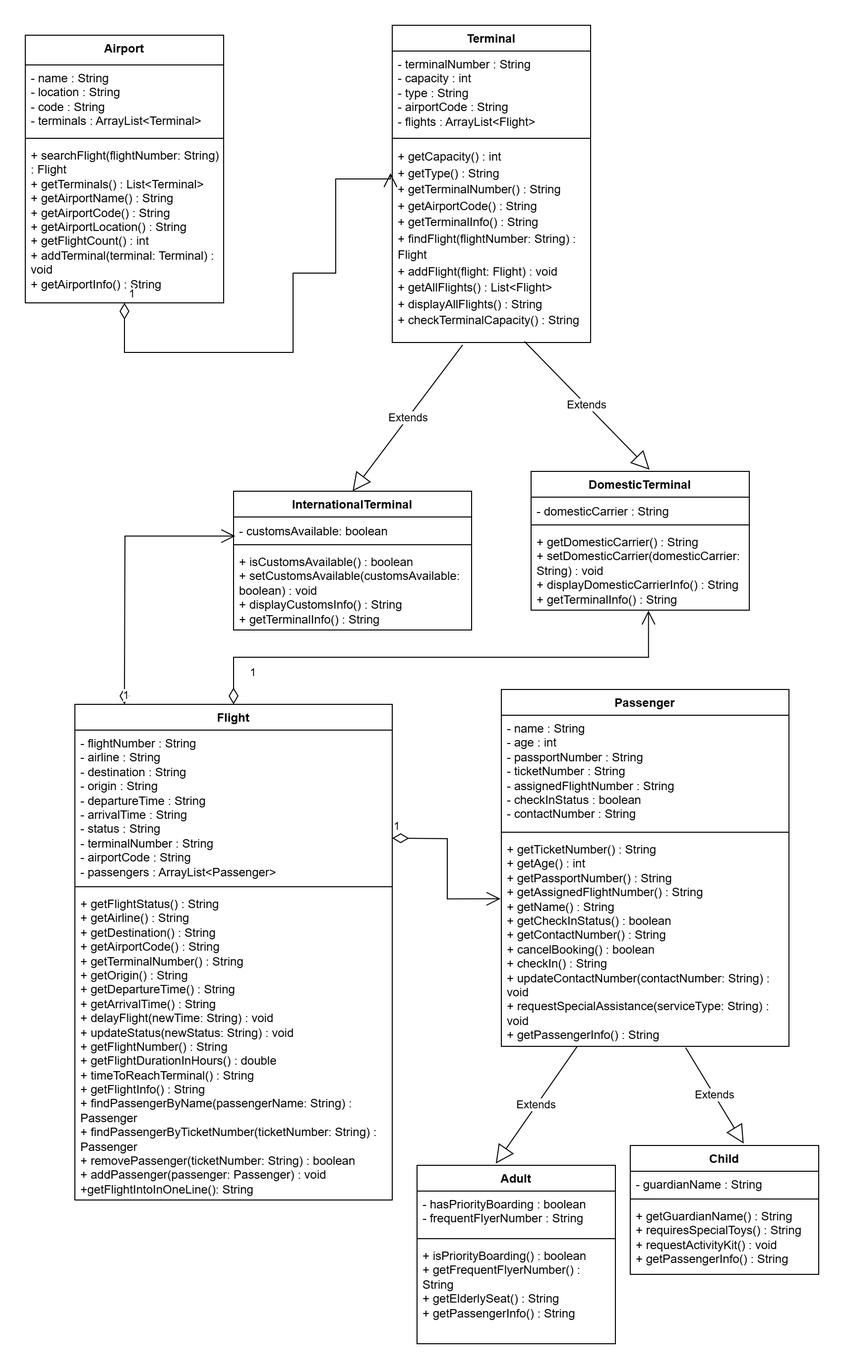
The draw.io diagram Airport.png in SACHSTech/2-14-oop-design-project-Walker21122008, before a commit. Source tidied: cells renumbered, new cells last; positions are measured from the earlier drawing's top-left corner, leaving out a move shared by most shapes.
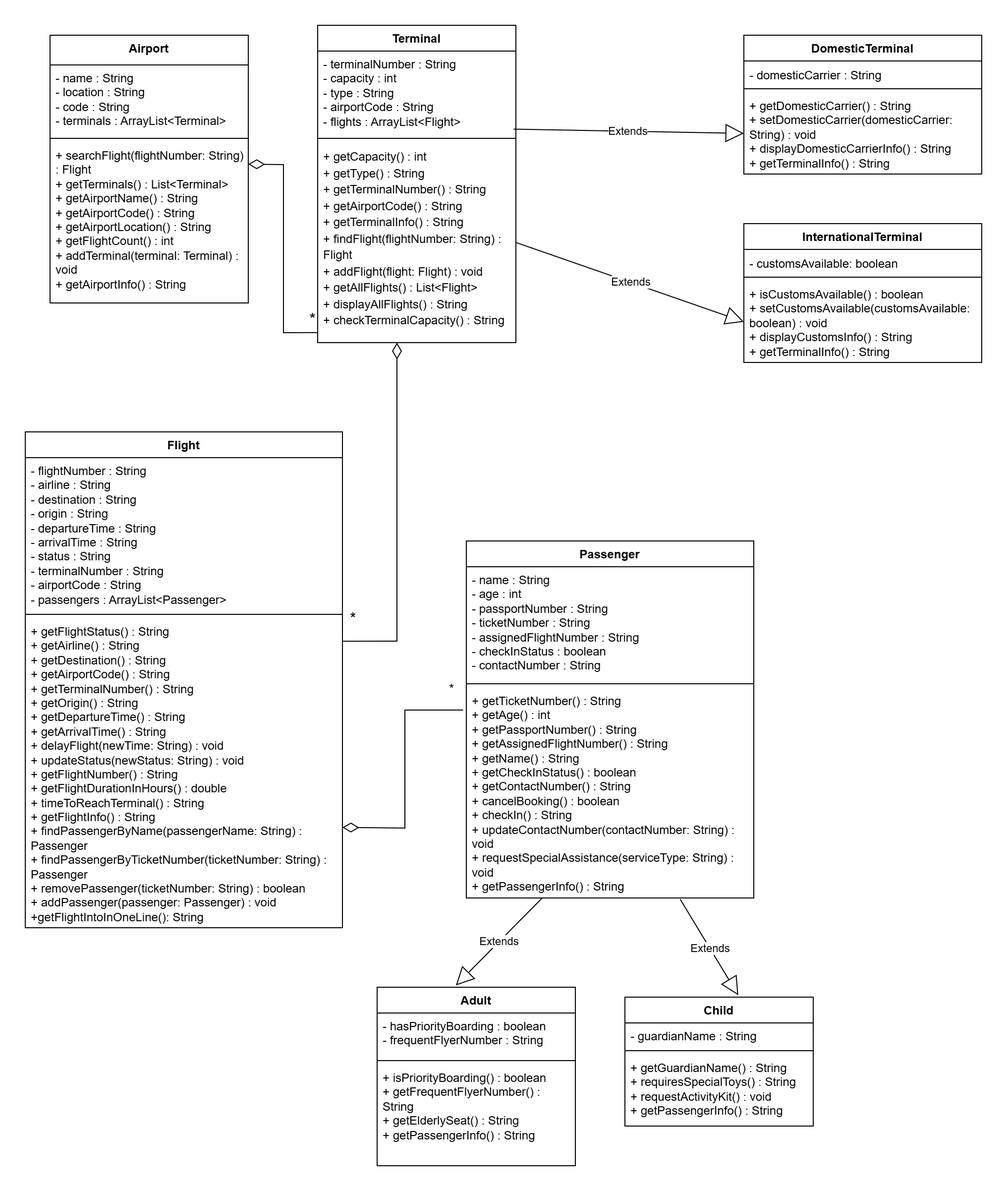
The same file after the commit.

Commit message:
updated uml diagram

What changed in the source:
```diff
@@ -3,7 +3,7 @@
     <mxCell id="0" />
     <mxCell id="1" parent="0" />
     <mxCell id="2" value="Airport" style="swimlane;fontStyle=1;align=center;verticalAlign=top;horizontal=1;startSize=30;whiteSpace=wrap;html=1;" parent="1" vertex="1">
-      <mxGeometry y="10" width="200" height="270" as="geometry" />
+      <mxGeometry x="100" y="10" width="200" height="270" as="geometry" />
     </mxCell>
     <mxCell id="3" value="&lt;div&gt;- name : String&lt;/div&gt;&lt;div&gt;- location : String&lt;/div&gt;&lt;div&gt;- code : String&lt;/div&gt;&lt;div&gt;- terminals : ArrayList&amp;lt;Terminal&amp;gt;&lt;/div&gt;" style="text;strokeColor=none;fillColor=none;align=left;verticalAlign=top;spacingLeft=4;spacingRight=4;overflow=hidden;whiteSpace=wrap;html=1;" parent="2" vertex="1">
       <mxGeometry y="30" width="200" height="70" as="geometry" />
@@ -26,19 +26,8 @@
     <mxCell id="9" value="&lt;span id=&quot;docs-internal-guid-68b8a3c9-7fff-9f01-919f-39643ae15729&quot;&gt;&lt;p style=&quot;line-height:1.38;margin-top:0pt;margin-bottom:0pt;&quot; dir=&quot;ltr&quot;&gt;&lt;span style=&quot;background-color: transparent; color: light-dark(rgb(0, 0, 0), rgb(255, 255, 255));&quot;&gt;+ getCapacity() : int&lt;/span&gt;&lt;/p&gt;&lt;p style=&quot;line-height:1.38;margin-top:0pt;margin-bottom:0pt;&quot; dir=&quot;ltr&quot;&gt;+ getType() : String&lt;/p&gt;&lt;p style=&quot;line-height:1.38;margin-top:0pt;margin-bottom:0pt;&quot; dir=&quot;ltr&quot;&gt;+ getTerminalNumber() : String&lt;/p&gt;&lt;p style=&quot;line-height:1.38;margin-top:0pt;margin-bottom:0pt;&quot; dir=&quot;ltr&quot;&gt;+ getAirportCode() : String&lt;/p&gt;&lt;p style=&quot;line-height:1.38;margin-top:0pt;margin-bottom:0pt;&quot; dir=&quot;ltr&quot;&gt;+ getTerminalInfo() : String&lt;/p&gt;&lt;p style=&quot;line-height:1.38;margin-top:0pt;margin-bottom:0pt;&quot; dir=&quot;ltr&quot;&gt;+ findFlight(flightNumber: String) : Flight&lt;/p&gt;&lt;p style=&quot;line-height:1.38;margin-top:0pt;margin-bottom:0pt;&quot; dir=&quot;ltr&quot;&gt;+ addFlight(flight: Flight) : void&lt;/p&gt;&lt;p style=&quot;line-height:1.38;margin-top:0pt;margin-bottom:0pt;&quot; dir=&quot;ltr&quot;&gt;+ getAllFlights() : List&amp;lt;Flight&amp;gt;&lt;/p&gt;&lt;p style=&quot;line-height:1.38;margin-top:0pt;margin-bottom:0pt;&quot; dir=&quot;ltr&quot;&gt;+ displayAllFlights() : String&lt;/p&gt;&lt;p style=&quot;line-height:1.38;margin-top:0pt;margin-bottom:0pt;&quot; dir=&quot;ltr&quot;&gt;+ checkTerminalCapacity() : String&lt;/p&gt;&lt;div&gt;&lt;br&gt;&lt;/div&gt;&lt;/span&gt;" style="text;strokeColor=none;fillColor=none;align=left;verticalAlign=top;spacingLeft=4;spacingRight=4;overflow=hidden;points=[[0,0.5],[1,0.5]];portConstraint=eastwest;whiteSpace=wrap;html=1;" parent="6" vertex="1">
       <mxGeometry y="118" width="200" height="202" as="geometry" />
     </mxCell>
-    <mxCell id="10" value="1" style="endArrow=open;html=1;endSize=12;startArrow=diamondThin;startSize=14;startFill=0;edgeStyle=orthogonalEdgeStyle;align=left;verticalAlign=bottom;rounded=0;entryX=-0.009;entryY=0.154;entryDx=0;entryDy=0;entryPerimeter=0;" parent="1" edge="1" source="5" target="9">
-      <mxGeometry x="-1" y="3" relative="1" as="geometry">
-        <Array as="points">
-          <mxPoint x="100" y="330" />
-          <mxPoint x="270" y="330" />
-          <mxPoint x="270" y="250" />
-          <mxPoint x="313" y="250" />
-          <mxPoint x="313" y="155" />
-        </Array>
-      </mxGeometry>
-    </mxCell>
     <mxCell id="11" value="InternationalTerminal" style="swimlane;fontStyle=1;align=center;verticalAlign=top;horizontal=1;startSize=26;whiteSpace=wrap;html=1;" parent="1" vertex="1">
-      <mxGeometry x="210" y="470" width="240" height="140" as="geometry" />
+      <mxGeometry x="800" y="200" width="240" height="140" as="geometry" />
     </mxCell>
     <mxCell id="12" value="&lt;span id=&quot;docs-internal-guid-5849a4cc-7fff-73cc-583d-57bea66eb5da&quot;&gt;&lt;p style=&quot;line-height:1.38;margin-top:0pt;margin-bottom:0pt;&quot; dir=&quot;ltr&quot;&gt;&lt;font face=&quot;Arial, sans-serif&quot;&gt;&lt;span style=&quot;white-space-collapse: preserve;&quot;&gt;- customsAvailable: boolean&lt;br/&gt;&lt;/span&gt;&lt;/font&gt;&lt;/p&gt;&lt;div&gt;&lt;br&gt;&lt;/div&gt;&lt;/span&gt;" style="text;strokeColor=none;fillColor=none;align=left;verticalAlign=top;spacingLeft=4;spacingRight=4;overflow=hidden;points=[[0,0.5],[1,0.5]];portConstraint=eastwest;whiteSpace=wrap;html=1;" parent="11" vertex="1">
       <mxGeometry y="26" width="240" height="24" as="geometry" />
@@ -50,31 +39,20 @@
       <mxGeometry y="58" width="240" height="82" as="geometry" />
     </mxCell>
     <mxCell id="15" value="DomesticTerminal" style="swimlane;fontStyle=1;align=center;verticalAlign=top;horizontal=1;startSize=26;whiteSpace=wrap;html=1;" parent="1" vertex="1">
-      <mxGeometry x="510" y="450" width="220" height="140" as="geometry" />
+      <mxGeometry x="800" y="10" width="240" height="140" as="geometry" />
     </mxCell>
     <mxCell id="16" value="&lt;span id=&quot;docs-internal-guid-e155678f-7fff-5aec-ada0-84077e7b1fd1&quot;&gt;&lt;p style=&quot;line-height:1.38;margin-top:0pt;margin-bottom:0pt;&quot; dir=&quot;ltr&quot;&gt;&lt;font face=&quot;Arial, sans-serif&quot;&gt;&lt;span style=&quot;white-space-collapse: preserve;&quot;&gt;- domesticCarrier : String&lt;br/&gt;&lt;/span&gt;&lt;/font&gt;&lt;/p&gt;&lt;div&gt;&lt;br&gt;&lt;/div&gt;&lt;/span&gt;" style="text;strokeColor=none;fillColor=none;align=left;verticalAlign=top;spacingLeft=4;spacingRight=4;overflow=hidden;whiteSpace=wrap;html=1;" parent="15" vertex="1">
-      <mxGeometry y="26" width="220" height="24" as="geometry" />
+      <mxGeometry y="26" width="240" height="24" as="geometry" />
     </mxCell>
     <mxCell id="17" style="line;strokeWidth=1;fillColor=none;align=left;verticalAlign=middle;spacingTop=-1;spacingLeft=3;spacingRight=3;labelPosition=right;strokeColor=inherit;" parent="15" vertex="1">
-      <mxGeometry y="50" width="220" height="8" as="geometry" />
+      <mxGeometry y="50" width="240" height="8" as="geometry" />
     </mxCell>
     <mxCell id="18" value="&lt;div&gt;&lt;div&gt;+ getDomesticCarrier() : String&lt;/div&gt;&lt;div&gt;+ setDomesticCarrier(domesticCarrier: String) : void&lt;/div&gt;&lt;div&gt;+ displayDomesticCarrierInfo() : String&lt;/div&gt;&lt;div&gt;+ getTerminalInfo() : String&lt;/div&gt;&lt;/div&gt;&lt;div&gt;&lt;br&gt;&lt;/div&gt;" style="text;strokeColor=none;fillColor=none;align=left;verticalAlign=top;spacingLeft=4;spacingRight=4;overflow=hidden;points=[[0,0.5],[1,0.5]];portConstraint=eastwest;whiteSpace=wrap;html=1;" parent="15" vertex="1">
-      <mxGeometry y="58" width="220" height="82" as="geometry" />
+      <mxGeometry y="58" width="240" height="82" as="geometry" />
     </mxCell>
-    <mxCell id="19" value="Extends" style="endArrow=block;endSize=16;endFill=0;html=1;rounded=0;entryX=0.5;entryY=0;entryDx=0;entryDy=0;exitX=0.355;exitY=1.012;exitDx=0;exitDy=0;exitPerimeter=0;" parent="1" edge="1" source="9" target="11">
-      <mxGeometry relative="1" as="geometry" />
-    </mxCell>
-    <mxCell id="20" value="Extends" style="endArrow=block;endSize=16;endFill=0;html=1;rounded=0;entryX=0.543;entryY=-0.012;entryDx=0;entryDy=0;entryPerimeter=0;exitX=0.667;exitY=0.995;exitDx=0;exitDy=0;exitPerimeter=0;" parent="1" edge="1" source="9" target="15">
-      <mxGeometry relative="1" as="geometry" />
-    </mxCell>
     <mxCell id="21" value="Flight" style="swimlane;fontStyle=1;align=center;verticalAlign=top;horizontal=1;startSize=26;whiteSpace=wrap;html=1;" parent="1" vertex="1">
-      <mxGeometry x="50" y="685" width="320" height="500" as="geometry" />
+      <mxGeometry x="75" y="410" width="320" height="500" as="geometry" />
     </mxCell>
-    <mxCell id="22" value="1" style="endArrow=open;html=1;endSize=12;startArrow=diamondThin;startSize=14;startFill=0;edgeStyle=orthogonalEdgeStyle;align=left;verticalAlign=bottom;rounded=0;entryX=0.007;entryY=0.803;entryDx=0;entryDy=0;entryPerimeter=0;" parent="21" edge="1" target="12">
-      <mxGeometry x="-1" y="3" relative="1" as="geometry">
-        <mxPoint x="50" as="sourcePoint" />
-      </mxGeometry>
-    </mxCell>
     <mxCell id="23" value="&lt;div&gt;&lt;div&gt;- flightNumber : String&lt;/div&gt;&lt;div&gt;- airline : String&lt;/div&gt;&lt;div&gt;- destination : String&lt;/div&gt;&lt;div&gt;- origin : String&lt;/div&gt;&lt;div&gt;- departureTime : String&lt;/div&gt;&lt;div&gt;- arrivalTime : String&lt;/div&gt;&lt;div&gt;- status : String&lt;/div&gt;&lt;div&gt;- terminalNumber : String&lt;/div&gt;&lt;div&gt;- airportCode : String&lt;/div&gt;&lt;div&gt;- passengers : ArrayList&amp;lt;Passenger&amp;gt;&lt;/div&gt;&lt;/div&gt;&lt;div&gt;&lt;br&gt;&lt;/div&gt;" style="text;strokeColor=none;fillColor=none;align=left;verticalAlign=top;spacingLeft=4;spacingRight=4;overflow=hidden;whiteSpace=wrap;html=1;" parent="21" vertex="1">
       <mxGeometry y="26" width="320" height="154" as="geometry" />
     </mxCell>
@@ -84,11 +62,8 @@
     <mxCell id="25" value="&lt;div&gt;&lt;div&gt;&lt;div&gt;+ getFlightStatus() : String&lt;/div&gt;&lt;div&gt;+ getAirline() : String&lt;/div&gt;&lt;div&gt;+ getDestination() : String&lt;/div&gt;&lt;div&gt;+ getAirportCode() : String&lt;/div&gt;&lt;div&gt;+ getTerminalNumber() : String&lt;/div&gt;&lt;div&gt;+ getOrigin() : String&lt;/div&gt;&lt;div&gt;+ getDepartureTime() : String&lt;/div&gt;&lt;div&gt;+ getArrivalTime() : String&lt;/div&gt;&lt;div&gt;+ delayFlight(newTime: String) : void&lt;/div&gt;&lt;div&gt;+ updateStatus(newStatus: String) : void&lt;/div&gt;&lt;div&gt;+ getFlightNumber() : String&lt;/div&gt;&lt;div&gt;+ getFlightDurationInHours() : double&lt;/div&gt;&lt;div&gt;+ timeToReachTerminal() : String&lt;/div&gt;&lt;div&gt;+ getFlightInfo() : String&lt;/div&gt;&lt;div&gt;+ findPassengerByName(passengerName: String) : Passenger&lt;/div&gt;&lt;div&gt;+ findPassengerByTicketNumber(ticketNumber: String) : Passenger&lt;/div&gt;&lt;div&gt;+ removePassenger(ticketNumber: String) : boolean&lt;/div&gt;&lt;div&gt;+ addPassenger(passenger: Passenger) : void&lt;/div&gt;&lt;/div&gt;&lt;/div&gt;&lt;div&gt;+getFlightIntoInOneLine(): String&lt;/div&gt;&lt;div&gt;&lt;br&gt;&lt;/div&gt;" style="text;strokeColor=none;fillColor=none;align=left;verticalAlign=top;spacingLeft=4;spacingRight=4;overflow=hidden;points=[[0,0.5],[1,0.5]];portConstraint=eastwest;whiteSpace=wrap;html=1;" parent="21" vertex="1">
       <mxGeometry y="188" width="320" height="312" as="geometry" />
     </mxCell>
-    <mxCell id="26" value="1" style="endArrow=open;html=1;endSize=12;startArrow=diamondThin;startSize=14;startFill=0;edgeStyle=orthogonalEdgeStyle;align=left;verticalAlign=bottom;rounded=0;entryX=0.538;entryY=1.005;entryDx=0;entryDy=0;entryPerimeter=0;exitX=0.5;exitY=0;exitDx=0;exitDy=0;" parent="1" edge="1" source="21" target="18">
-      <mxGeometry x="-0.91" y="-15" relative="1" as="geometry" />
-    </mxCell>
     <mxCell id="27" value="Passenger" style="swimlane;fontStyle=1;align=center;verticalAlign=top;horizontal=1;startSize=26;whiteSpace=wrap;html=1;" parent="1" vertex="1">
-      <mxGeometry x="480" y="670" width="290" height="360" as="geometry" />
+      <mxGeometry x="520" y="520" width="290" height="360" as="geometry" />
     </mxCell>
     <mxCell id="28" value="&lt;div&gt;&lt;div&gt;- name : String&lt;/div&gt;&lt;div&gt;- age : int&lt;/div&gt;&lt;div&gt;- passportNumber : String&lt;/div&gt;&lt;div&gt;- ticketNumber : String&lt;/div&gt;&lt;div&gt;- assignedFlightNumber : String&lt;/div&gt;&lt;div&gt;- checkInStatus : boolean&lt;/div&gt;&lt;div&gt;- contactNumber : String&lt;/div&gt;&lt;/div&gt;&lt;div&gt;&lt;br&gt;&lt;/div&gt;" style="text;strokeColor=none;fillColor=none;align=left;verticalAlign=top;spacingLeft=4;spacingRight=4;overflow=hidden;whiteSpace=wrap;html=1;" parent="27" vertex="1">
       <mxGeometry y="26" width="290" height="114" as="geometry" />
@@ -100,7 +75,7 @@
       <mxGeometry y="148" width="290" height="212" as="geometry" />
     </mxCell>
     <mxCell id="31" value="Adult" style="swimlane;fontStyle=1;align=center;verticalAlign=top;horizontal=1;startSize=26;whiteSpace=wrap;html=1;" parent="1" vertex="1">
-      <mxGeometry x="395" y="1150" width="200" height="180" as="geometry" />
+      <mxGeometry x="430" y="970" width="200" height="180" as="geometry" />
     </mxCell>
     <mxCell id="32" value="&lt;div&gt;&lt;div&gt;- hasPriorityBoarding : boolean&lt;/div&gt;&lt;div&gt;- frequentFlyerNumber : String&lt;/div&gt;&lt;/div&gt;" style="text;strokeColor=none;fillColor=none;align=left;verticalAlign=top;spacingLeft=4;spacingRight=4;overflow=hidden;whiteSpace=wrap;html=1;" parent="31" vertex="1">
       <mxGeometry y="26" width="200" height="44" as="geometry" />
@@ -112,7 +87,7 @@
       <mxGeometry y="78" width="200" height="102" as="geometry" />
     </mxCell>
     <mxCell id="35" value="Child" style="swimlane;fontStyle=1;align=center;verticalAlign=top;horizontal=1;startSize=26;whiteSpace=wrap;html=1;" parent="1" vertex="1">
-      <mxGeometry x="610" y="1130" width="190" height="130" as="geometry" />
+      <mxGeometry x="680" y="980" width="190" height="130" as="geometry" />
     </mxCell>
     <mxCell id="36" value="Extends" style="endArrow=block;endSize=16;endFill=0;html=1;rounded=0;entryX=0.602;entryY=-0.015;entryDx=0;entryDy=0;entryPerimeter=0;" parent="35" edge="1" target="35">
       <mxGeometry relative="1" as="geometry">
@@ -131,10 +106,24 @@
     <mxCell id="40" value="Extends" style="endArrow=block;endSize=16;endFill=0;html=1;rounded=0;entryX=0.397;entryY=-0.01;entryDx=0;entryDy=0;entryPerimeter=0;exitX=0.264;exitY=1;exitDx=0;exitDy=0;exitPerimeter=0;" parent="1" edge="1" source="30" target="31">
       <mxGeometry relative="1" as="geometry" />
     </mxCell>
-    <mxCell id="41" value="1" style="endArrow=open;html=1;endSize=12;startArrow=diamondThin;startSize=14;startFill=0;edgeStyle=orthogonalEdgeStyle;align=left;verticalAlign=bottom;rounded=0;entryX=-0.003;entryY=0.298;entryDx=0;entryDy=0;entryPerimeter=0;" parent="1" edge="1" target="30">
-      <mxGeometry x="-1" y="3" relative="1" as="geometry">
-        <mxPoint x="370" y="820" as="sourcePoint" />
+    <mxCell id="41" value="&lt;font style=&quot;font-size: 13px;&quot;&gt;*&lt;/font&gt;" style="endArrow=none;html=1;endSize=12;startArrow=diamondThin;startSize=14;startFill=0;edgeStyle=orthogonalEdgeStyle;align=left;verticalAlign=bottom;rounded=0;entryX=-0.011;entryY=0.106;entryDx=0;entryDy=0;entryPerimeter=0;" parent="1" edge="1" target="30">
+      <mxGeometry x="0.86" y="10" relative="1" as="geometry">
+        <mxPoint x="395" y="808.9" as="sourcePoint" />
       </mxGeometry>
     </mxCell>
+    <mxCell id="42" value="Extends" style="endArrow=block;endSize=16;endFill=0;html=1;rounded=0;exitX=0.988;exitY=0.937;exitDx=0;exitDy=0;exitPerimeter=0;entryX=0;entryY=0.5;entryDx=0;entryDy=0;" parent="1" edge="1" source="7" target="18">
+      <mxGeometry relative="1" as="geometry" />
+    </mxCell>
+    <mxCell id="43" value="Extends" style="endArrow=block;endSize=16;endFill=0;html=1;rounded=0;entryX=0;entryY=0.5;entryDx=0;entryDy=0;exitX=1;exitY=0.5;exitDx=0;exitDy=0;" parent="1" edge="1" source="9" target="14">
+      <mxGeometry relative="1" as="geometry" />
+    </mxCell>
+    <mxCell id="44" value="&lt;font style=&quot;font-size: 17px;&quot;&gt;*&lt;/font&gt;" style="endArrow=none;html=1;endSize=12;startArrow=diamondThin;startSize=14;startFill=0;edgeStyle=orthogonalEdgeStyle;align=left;verticalAlign=bottom;rounded=0;entryX=0;entryY=0.95;entryDx=0;entryDy=0;entryPerimeter=0;" parent="1" edge="1" target="9">
+      <mxGeometry x="0.92" relative="1" as="geometry">
+        <mxPoint x="300" y="140" as="sourcePoint" />
+      </mxGeometry>
+    </mxCell>
+    <mxCell id="45" value="&lt;font style=&quot;font-size: 16px;&quot;&gt;*&lt;/font&gt;" style="endArrow=none;html=1;endSize=12;startArrow=diamondThin;startSize=14;startFill=0;edgeStyle=orthogonalEdgeStyle;align=left;verticalAlign=bottom;rounded=0;entryX=1;entryY=0.074;entryDx=0;entryDy=0;entryPerimeter=0;exitX=0.4;exitY=1;exitDx=0;exitDy=0;exitPerimeter=0;" parent="1" edge="1" source="9" target="25">
+      <mxGeometry x="0.97" y="-11" relative="1" as="geometry" />
+    </mxCell>
   </root>
 </mxGraphModel>
```
